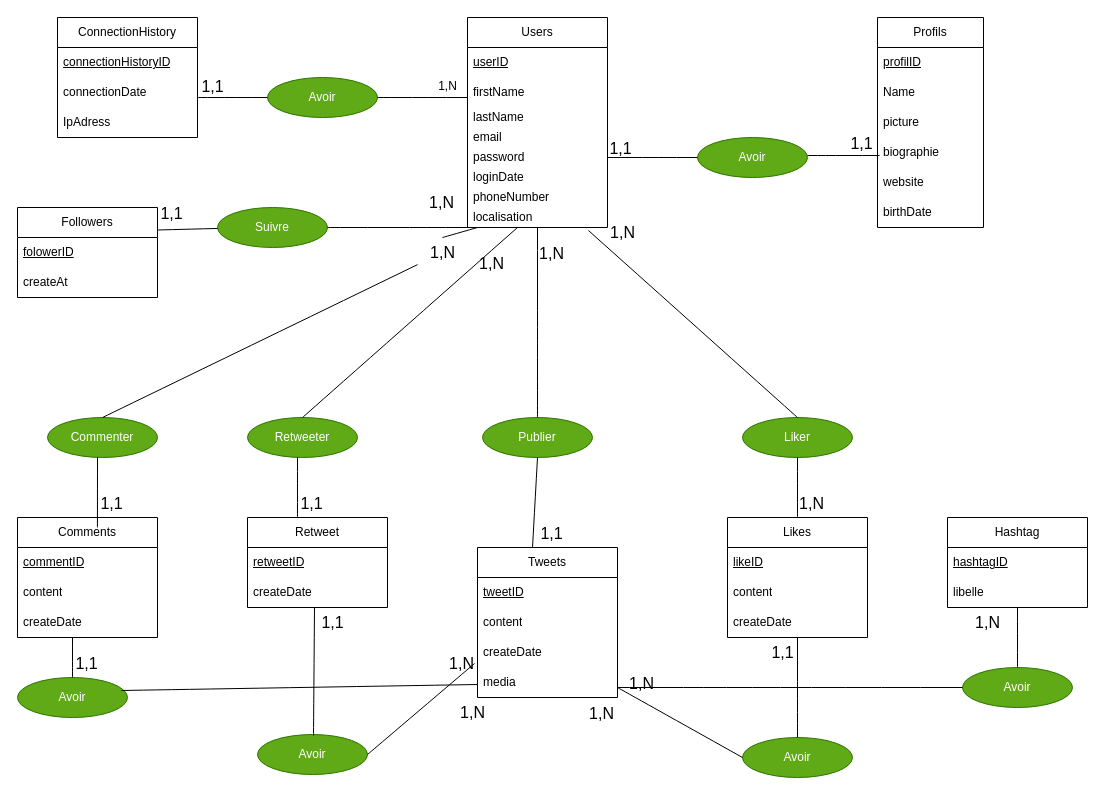
The draw.io diagram MCD XCLONE.drawio in Claude-Mutela/mcd-diagramme, before the edit. Source tidied: cells renumbered, new cells numbered last; positions are measured from the earlier drawing's top-left corner, leaving out a move shared by most shapes. Both pictures are drawn from the tidied source at 100%, with x=0, y=0 at pixel (17, 17).
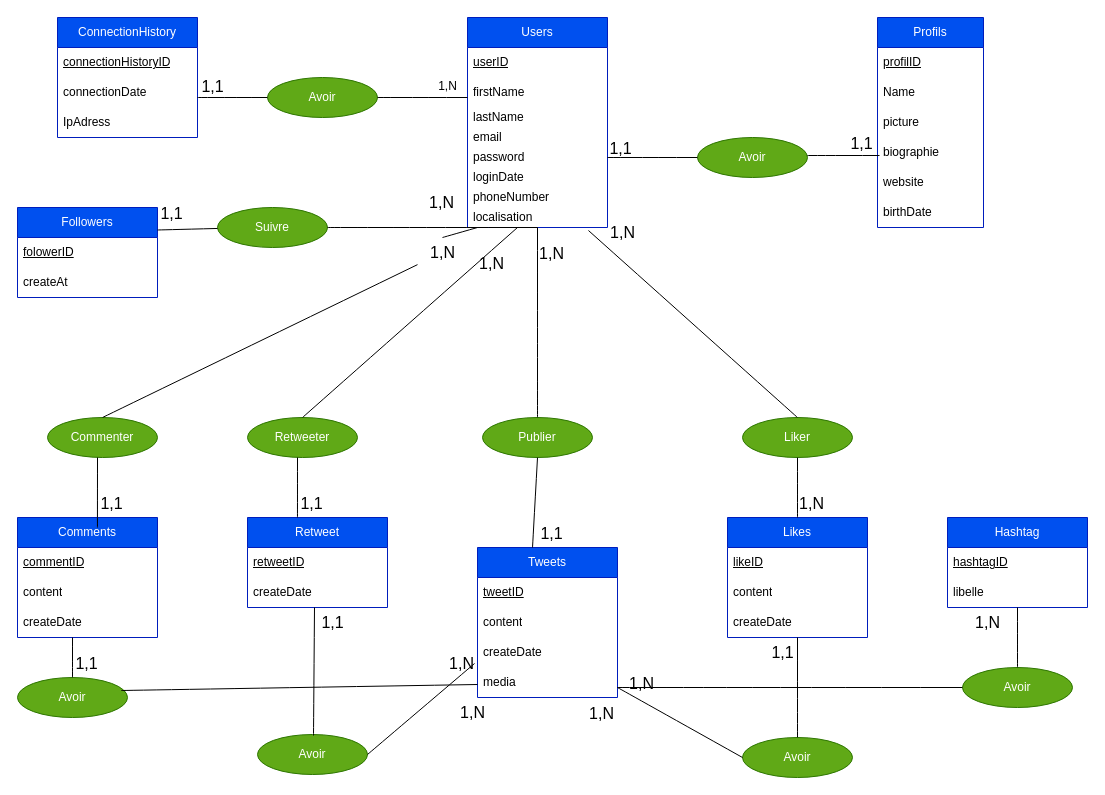
Above is the later version.

Commit message:
Style sur les entités MCD XCLONE.drawio

What changed in the source:
```diff
@@
-    <mxCell id="2" value="Users" style="swimlane;fontStyle=0;horizontal=1;startSize=30;whiteSpace=wrap;html=1;" parent="1" vertex="1">
+    <mxCell id="2" value="Users" style="swimlane;fontStyle=0;horizontal=1;startSize=30;whiteSpace=wrap;html=1;fillColor=#0050ef;fontColor=#ffffff;strokeColor=#001DBC;" parent="1" vertex="1">
       <mxGeometry x="450" width="140" height="210" as="geometry" />
     </mxCell>
@@
-    <mxCell id="11" value="Profils" style="swimlane;fontStyle=0;horizontal=1;startSize=30;whiteSpace=wrap;html=1;" parent="1" vertex="1">
+    <mxCell id="11" value="Profils" style="swimlane;fontStyle=0;horizontal=1;startSize=30;whiteSpace=wrap;html=1;fillColor=#0050ef;fontColor=#ffffff;strokeColor=#001DBC;" parent="1" vertex="1">
       <mxGeometry x="860" width="106" height="210" as="geometry" />
     </mxCell>
@@
-    <mxCell id="18" value="ConnectionHistory" style="swimlane;fontStyle=0;horizontal=1;startSize=30;whiteSpace=wrap;html=1;" parent="1" vertex="1">
+    <mxCell id="18" value="ConnectionHistory" style="swimlane;fontStyle=0;horizontal=1;startSize=30;whiteSpace=wrap;html=1;fillColor=#0050ef;fontColor=#ffffff;strokeColor=#001DBC;" parent="1" vertex="1">
       <mxGeometry x="40" width="140" height="120" as="geometry" />
     </mxCell>
@@
-    <mxCell id="22" value="Tweets" style="swimlane;fontStyle=0;horizontal=1;startSize=30;whiteSpace=wrap;html=1;" parent="1" vertex="1">
+    <mxCell id="22" value="Tweets" style="swimlane;fontStyle=0;horizontal=1;startSize=30;whiteSpace=wrap;html=1;fillColor=#0050ef;fontColor=#ffffff;strokeColor=#001DBC;" parent="1" vertex="1">
       <mxGeometry x="460" y="530" width="140" height="150" as="geometry" />
     </mxCell>
@@
-    <mxCell id="27" value="Comments" style="swimlane;fontStyle=0;horizontal=1;startSize=30;whiteSpace=wrap;html=1;" parent="1" vertex="1">
+    <mxCell id="27" value="Comments" style="swimlane;fontStyle=0;horizontal=1;startSize=30;whiteSpace=wrap;html=1;fillColor=#0050ef;fontColor=#ffffff;strokeColor=#001DBC;" parent="1" vertex="1">
       <mxGeometry y="500" width="140" height="120" as="geometry" />
     </mxCell>
@@
-    <mxCell id="31" value="Likes" style="swimlane;fontStyle=0;horizontal=1;startSize=30;whiteSpace=wrap;html=1;" parent="1" vertex="1">
+    <mxCell id="31" value="Likes" style="swimlane;fontStyle=0;horizontal=1;startSize=30;whiteSpace=wrap;html=1;fillColor=#0050ef;fontColor=#ffffff;strokeColor=#001DBC;" parent="1" vertex="1">
       <mxGeometry x="710" y="500" width="140" height="120" as="geometry" />
     </mxCell>
@@
-    <mxCell id="35" value="Retweet" style="swimlane;fontStyle=0;horizontal=1;startSize=30;whiteSpace=wrap;html=1;" parent="1" vertex="1">
+    <mxCell id="35" value="Retweet" style="swimlane;fontStyle=0;horizontal=1;startSize=30;whiteSpace=wrap;html=1;fillColor=#0050ef;fontColor=#ffffff;strokeColor=#001DBC;" parent="1" vertex="1">
       <mxGeometry x="230" y="500" width="140" height="90" as="geometry" />
     </mxCell>
@@
-    <mxCell id="38" value="Hashtag" style="swimlane;fontStyle=0;horizontal=1;startSize=30;whiteSpace=wrap;html=1;" parent="1" vertex="1">
+    <mxCell id="38" value="Hashtag" style="swimlane;fontStyle=0;horizontal=1;startSize=30;whiteSpace=wrap;html=1;fillColor=#0050ef;fontColor=#ffffff;strokeColor=#001DBC;" parent="1" vertex="1">
       <mxGeometry x="930" y="500" width="140" height="90" as="geometry" />
     </mxCell>
@@
-    <mxCell id="41" value="Followers" style="swimlane;fontStyle=0;horizontal=1;startSize=30;whiteSpace=wrap;html=1;" parent="1" vertex="1">
+    <mxCell id="41" value="Followers" style="swimlane;fontStyle=0;horizontal=1;startSize=30;whiteSpace=wrap;html=1;fillColor=#0050ef;fontColor=#ffffff;strokeColor=#001DBC;" parent="1" vertex="1">
       <mxGeometry y="190" width="140" height="90" as="geometry" />
     </mxCell>
```
